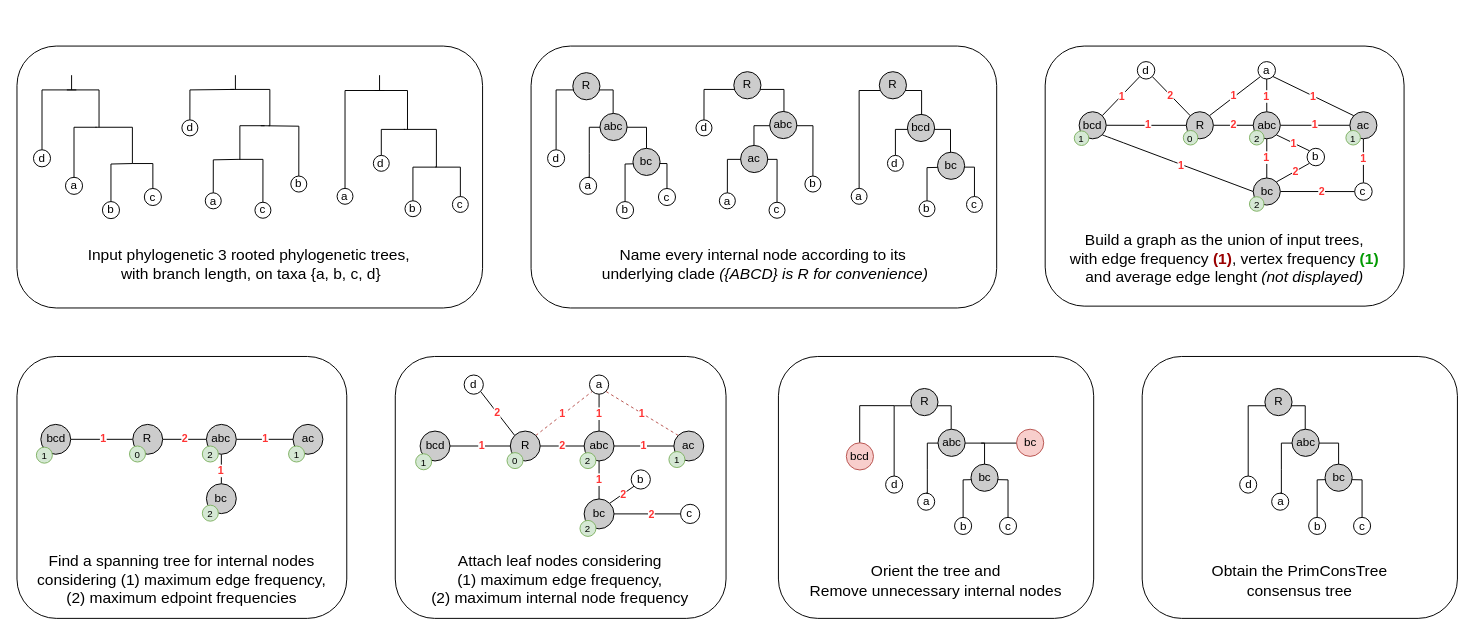
Earlier version of the draw.io diagram page "Page-2" (2 of 2) of img/Fig_Illustration.drawio (tahiri-lab/PrismTree). Source tidied: cells renumbered, new cells numbered last; positions are measured from the earlier drawing's top-left corner, leaving out a move shared by most shapes. Both pictures are drawn from the tidied source at 97%, with x=0, y=0 at pixel (16, 46).
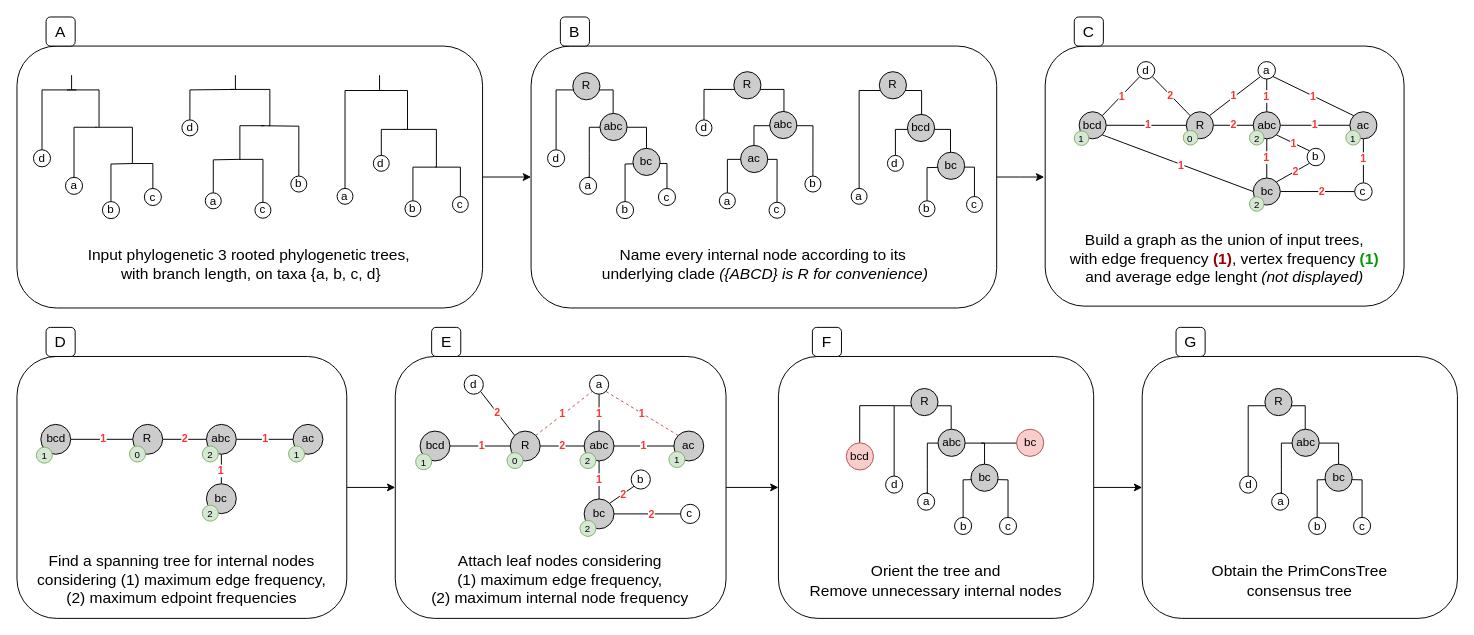
The same page after the edit.

Commit message:
Mettre à jour Fig_Illustration.drawio

Unchanged cells that the change refers to:
```xml
<mxCell id="2" style="rounded=1;whiteSpace=wrap;html=1;" parent="1" vertex="1">
  <mxGeometry width="480" height="270" as="geometry" />
</mxCell>
<mxCell id="40" style="rounded=1;whiteSpace=wrap;html=1;" parent="1" vertex="1">
  <mxGeometry x="530" width="480" height="270" as="geometry" />
</mxCell>
<mxCell id="131" style="rounded=1;whiteSpace=wrap;html=1;" parent="1" vertex="1">
  <mxGeometry y="320" width="340" height="270" as="geometry" />
</mxCell>
<mxCell id="152" style="rounded=1;whiteSpace=wrap;html=1;" parent="1" vertex="1">
  <mxGeometry x="390" y="320" width="341" height="270" as="geometry" />
</mxCell>
<mxCell id="188" style="rounded=1;whiteSpace=wrap;html=1;" parent="1" vertex="1">
  <mxGeometry x="785" y="320" width="325" height="270" as="geometry" />
</mxCell>
<mxCell id="209" style="rounded=1;whiteSpace=wrap;html=1;" parent="1" vertex="1">
  <mxGeometry x="1160" y="320" width="325" height="270" as="geometry" />
</mxCell>
```

The edit, as a diff of the source:
```diff
@@
+    <mxCell id="226" style="edgeStyle=orthogonalEdgeStyle;rounded=0;jettySize=auto;html=1;exitX=1;exitY=0.5;exitDx=0;exitDy=0;entryX=0;entryY=0.5;entryDx=0;entryDy=0;" parent="1" edge="1" source="2" target="40">
+      <mxGeometry relative="1" as="geometry" />
+    </mxCell>
@@
+    <mxCell id="227" style="edgeStyle=orthogonalEdgeStyle;rounded=0;jettySize=auto;html=1;exitX=1;exitY=0.5;exitDx=0;exitDy=0;" parent="1" edge="1" source="40">
+      <mxGeometry relative="1" as="geometry">
+        <mxPoint x="1059" y="135" as="targetPoint" />
+      </mxGeometry>
+    </mxCell>
@@
+    <mxCell id="228" style="edgeStyle=orthogonalEdgeStyle;rounded=0;jettySize=auto;html=1;exitX=1;exitY=0.5;exitDx=0;exitDy=0;entryX=0;entryY=0.5;entryDx=0;entryDy=0;" parent="1" edge="1" source="131" target="152">
+      <mxGeometry relative="1" as="geometry" />
+    </mxCell>
@@
+    <mxCell id="229" style="edgeStyle=orthogonalEdgeStyle;rounded=0;jettySize=auto;html=1;exitX=1;exitY=0.5;exitDx=0;exitDy=0;entryX=0;entryY=0.5;entryDx=0;entryDy=0;" parent="1" edge="1" source="152" target="188">
+      <mxGeometry relative="1" as="geometry" />
+    </mxCell>
@@
+    <mxCell id="230" style="edgeStyle=orthogonalEdgeStyle;rounded=0;jettySize=auto;html=1;exitX=1;exitY=0.5;exitDx=0;exitDy=0;entryX=0;entryY=0.5;entryDx=0;entryDy=0;" parent="1" edge="1" source="188" target="209">
+      <mxGeometry relative="1" as="geometry" />
+    </mxCell>
@@
+    <mxCell id="231" value="A" style="rounded=1;whiteSpace=wrap;html=1;fontSize=16;" parent="1" vertex="1">
+      <mxGeometry x="30" y="-30" width="30" height="30" as="geometry" />
+    </mxCell>
+    <mxCell id="232" value="B" style="rounded=1;whiteSpace=wrap;html=1;fontSize=16;" parent="1" vertex="1">
+      <mxGeometry x="560.2" y="-30" width="30" height="30" as="geometry" />
+    </mxCell>
+    <mxCell id="233" value="C" style="rounded=1;whiteSpace=wrap;html=1;fontSize=16;" parent="1" vertex="1">
+      <mxGeometry x="1090" y="-30" width="30" height="30" as="geometry" />
+    </mxCell>
+    <mxCell id="234" value="D" style="rounded=1;whiteSpace=wrap;html=1;fontSize=16;" parent="1" vertex="1">
+      <mxGeometry x="30" y="290" width="30" height="30" as="geometry" />
+    </mxCell>
+    <mxCell id="235" value="E" style="rounded=1;whiteSpace=wrap;html=1;fontSize=16;" parent="1" vertex="1">
+      <mxGeometry x="427.5" y="290" width="30" height="30" as="geometry" />
+    </mxCell>
+    <mxCell id="236" value="F" style="rounded=1;whiteSpace=wrap;html=1;fontSize=16;" parent="1" vertex="1">
+      <mxGeometry x="820" y="290" width="30" height="30" as="geometry" />
+    </mxCell>
+    <mxCell id="237" value="G" style="rounded=1;whiteSpace=wrap;html=1;fontSize=16;" parent="1" vertex="1">
+      <mxGeometry x="1194.9" y="290" width="30" height="30" as="geometry" />
+    </mxCell>
```
